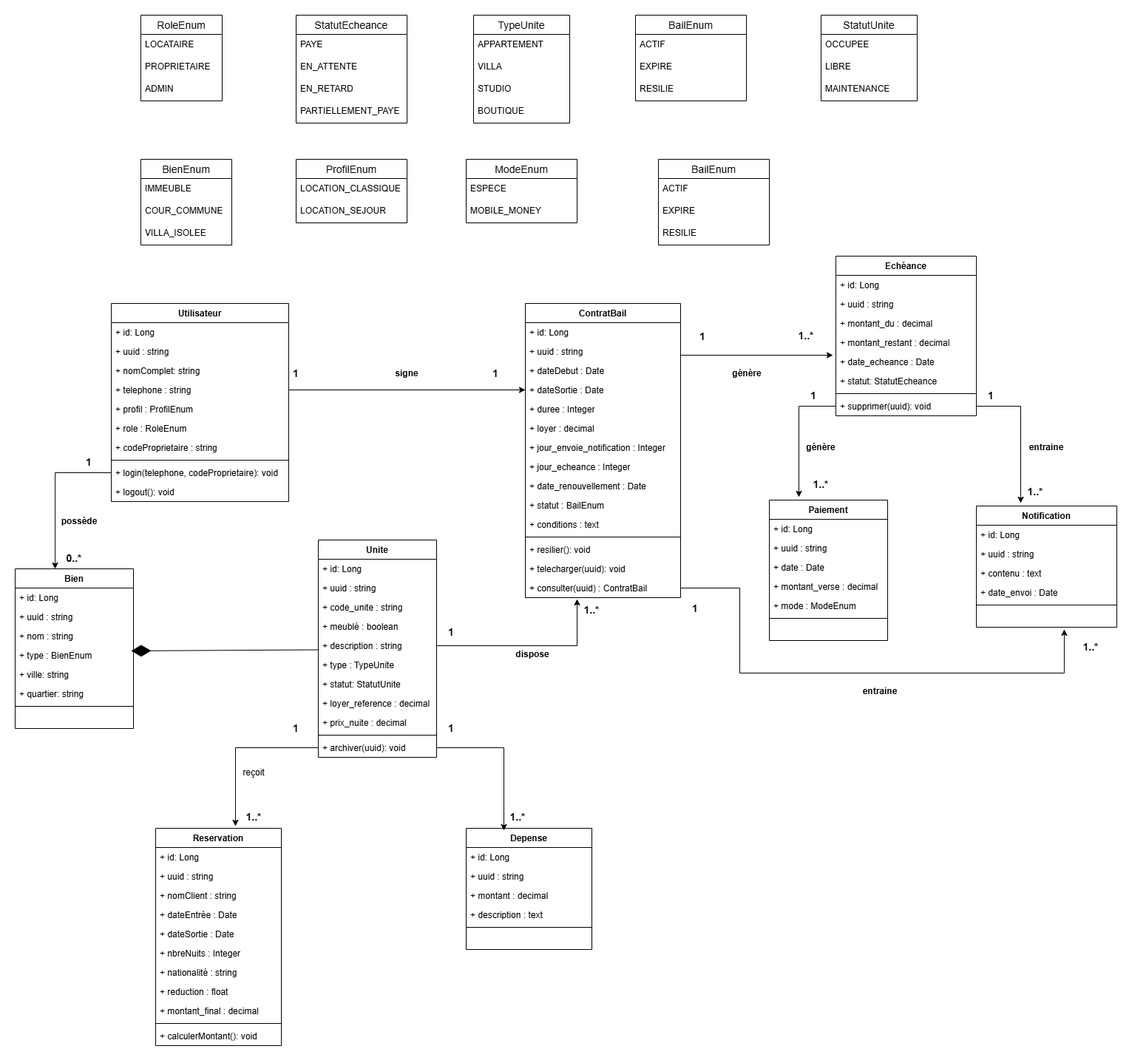
Earlier version of the draw.io export DIAGRAMME/classe.drawio.png (xavierGIT04/Soutenance). Source tidied: cells renumbered, new cells last; positions are measured from the earlier drawing's top-left corner, leaving out a move shared by most shapes.
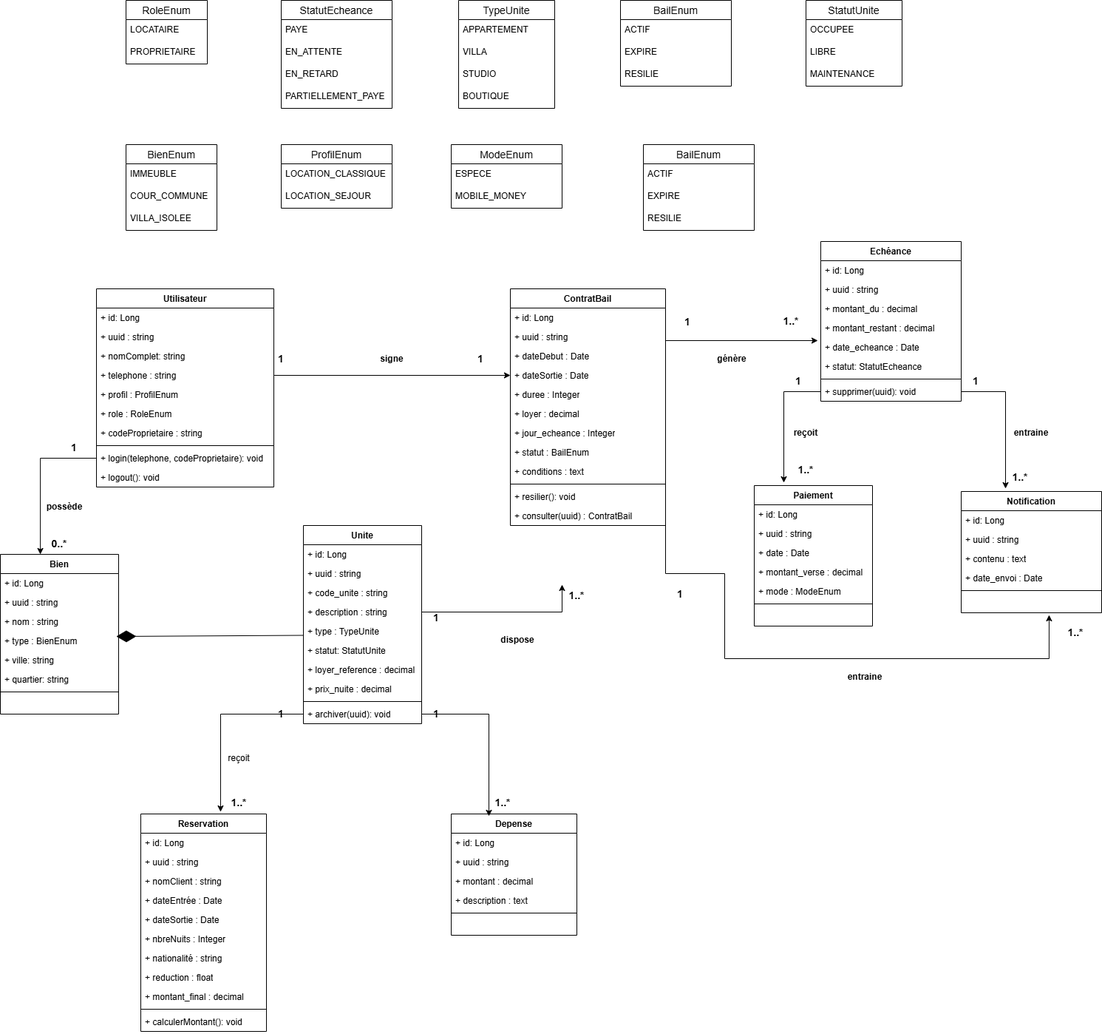
After the commit.

What changed in the source:
```diff
@@ -45,7 +45,7 @@
       <mxGeometry y="56" width="150" height="30" as="geometry" />
     </mxCell>
     <mxCell id="16" value="RoleEnum" style="swimlane;fontStyle=0;horizontal=1;startSize=26;align=center;fontSize=14;" parent="1" vertex="1">
-      <mxGeometry x="170" width="110" height="116" as="geometry" />
+      <mxGeometry x="170" width="110" height="86" as="geometry" />
     </mxCell>
     <mxCell id="17" value="LOCATAIRE" style="text;strokeColor=none;fillColor=none;spacingLeft=4;spacingRight=4;overflow=hidden;fontSize=12;whiteSpace=wrap;html=1;" parent="16" vertex="1">
       <mxGeometry y="26" width="110" height="30" as="geometry" />
@@ -53,9 +53,6 @@
     <mxCell id="18" value="PROPRIETAIRE" style="text;strokeColor=none;fillColor=none;spacingLeft=4;spacingRight=4;overflow=hidden;fontSize=12;whiteSpace=wrap;html=1;" parent="16" vertex="1">
       <mxGeometry y="56" width="110" height="30" as="geometry" />
     </mxCell>
-    <mxCell id="19" value="ADMIN" style="text;strokeColor=none;fillColor=none;spacingLeft=4;spacingRight=4;overflow=hidden;fontSize=12;whiteSpace=wrap;html=1;" parent="16" vertex="1">
-      <mxGeometry y="86" width="110" height="30" as="geometry" />
-    </mxCell>
     <mxCell id="20" value="Bien" style="swimlane;fontStyle=1;align=center;verticalAlign=top;horizontal=1;startSize=26;whiteSpace=wrap;html=1;" parent="1" vertex="1">
       <mxGeometry y="749" width="160" height="216" as="geometry" />
     </mxCell>
@@ -84,7 +81,7 @@
       <mxGeometry y="190" width="160" height="26" as="geometry" />
     </mxCell>
     <mxCell id="29" value="Unite" style="swimlane;fontStyle=1;align=center;verticalAlign=top;horizontal=1;startSize=26;whiteSpace=wrap;html=1;" parent="1" vertex="1">
-      <mxGeometry x="410" y="710" width="160" height="294" as="geometry" />
+      <mxGeometry x="410" y="710" width="160" height="268" as="geometry" />
     </mxCell>
     <mxCell id="30" value="+ id: Long" style="text;strokeColor=none;fillColor=none;align=left;verticalAlign=top;spacingLeft=4;spacingRight=4;overflow=hidden;whiteSpace=wrap;html=1;" parent="29" vertex="1">
       <mxGeometry y="26" width="160" height="26" as="geometry" />
@@ -95,34 +92,31 @@
     <mxCell id="32" value="+ code_unite : string" style="text;strokeColor=none;fillColor=none;align=left;verticalAlign=top;spacingLeft=4;spacingRight=4;overflow=hidden;whiteSpace=wrap;html=1;" parent="29" vertex="1">
       <mxGeometry y="78" width="160" height="26" as="geometry" />
     </mxCell>
-    <mxCell id="33" value="+ meublé : boolean" style="text;strokeColor=none;fillColor=none;align=left;verticalAlign=top;spacingLeft=4;spacingRight=4;overflow=hidden;whiteSpace=wrap;html=1;" parent="29" vertex="1">
-      <mxGeometry y="104" width="160" height="26" as="geometry" />
-    </mxCell>
     <mxCell id="34" style="edgeStyle=orthogonalEdgeStyle;rounded=0;jettySize=auto;html=1;exitX=1;exitY=0.5;exitDx=0;exitDy=0;" parent="29" edge="1" source="35">
       <mxGeometry relative="1" as="geometry">
         <mxPoint x="350" y="80" as="targetPoint" />
       </mxGeometry>
     </mxCell>
     <mxCell id="35" value="+ description : string" style="text;strokeColor=none;fillColor=none;align=left;verticalAlign=top;spacingLeft=4;spacingRight=4;overflow=hidden;points=[[0,0.5],[1,0.5]];portConstraint=eastwest;whiteSpace=wrap;html=1;" parent="29" vertex="1">
-      <mxGeometry y="130" width="160" height="26" as="geometry" />
+      <mxGeometry y="104" width="160" height="26" as="geometry" />
     </mxCell>
     <mxCell id="36" value="+ type : TypeUnite" style="text;strokeColor=none;fillColor=none;align=left;verticalAlign=top;spacingLeft=4;spacingRight=4;overflow=hidden;whiteSpace=wrap;html=1;" parent="29" vertex="1">
-      <mxGeometry y="156" width="160" height="26" as="geometry" />
+      <mxGeometry y="130" width="160" height="26" as="geometry" />
     </mxCell>
     <mxCell id="37" value="+ statut: StatutUnite" style="text;strokeColor=none;fillColor=none;align=left;verticalAlign=top;spacingLeft=4;spacingRight=4;overflow=hidden;whiteSpace=wrap;html=1;" parent="29" vertex="1">
-      <mxGeometry y="182" width="160" height="26" as="geometry" />
+      <mxGeometry y="156" width="160" height="26" as="geometry" />
     </mxCell>
     <mxCell id="38" value="+ loyer_reference : decimal" style="text;strokeColor=none;fillColor=none;align=left;verticalAlign=top;spacingLeft=4;spacingRight=4;overflow=hidden;whiteSpace=wrap;html=1;" parent="29" vertex="1">
-      <mxGeometry y="208" width="160" height="26" as="geometry" />
+      <mxGeometry y="182" width="160" height="26" as="geometry" />
     </mxCell>
     <mxCell id="39" value="+ prix_nuite : decimal" style="text;strokeColor=none;fillColor=none;align=left;verticalAlign=top;spacingLeft=4;spacingRight=4;overflow=hidden;whiteSpace=wrap;html=1;" parent="29" vertex="1">
-      <mxGeometry y="234" width="160" height="26" as="geometry" />
+      <mxGeometry y="208" width="160" height="26" as="geometry" />
     </mxCell>
     <mxCell id="40" style="line;strokeWidth=1;fillColor=none;align=left;verticalAlign=middle;spacingTop=-1;spacingLeft=3;spacingRight=3;labelPosition=right;strokeColor=inherit;" parent="29" vertex="1">
-      <mxGeometry y="260" width="160" height="8" as="geometry" />
+      <mxGeometry y="234" width="160" height="8" as="geometry" />
     </mxCell>
     <mxCell id="41" value="+ archiver(uuid): void" style="text;strokeColor=none;fillColor=none;align=left;verticalAlign=top;spacingLeft=4;spacingRight=4;overflow=hidden;points=[[0,0.5],[1,0.5]];portConstraint=eastwest;whiteSpace=wrap;html=1;" parent="29" vertex="1">
-      <mxGeometry y="268" width="160" height="26" as="geometry" />
+      <mxGeometry y="242" width="160" height="26" as="geometry" />
     </mxCell>
     <mxCell id="42" value="BienEnum" style="swimlane;fontStyle=0;horizontal=1;startSize=26;align=center;fontSize=14;" parent="1" vertex="1">
       <mxGeometry x="170" y="195" width="123" height="116" as="geometry" />
@@ -164,7 +158,7 @@
       <mxGeometry y="86" width="130" height="30" as="geometry" />
     </mxCell>
     <mxCell id="55" value="ContratBail" style="swimlane;fontStyle=1;align=center;verticalAlign=top;horizontal=1;startSize=26;whiteSpace=wrap;html=1;" parent="1" vertex="1">
-      <mxGeometry x="690" y="390" width="210" height="398" as="geometry" />
+      <mxGeometry x="690" y="390" width="210" height="320" as="geometry" />
     </mxCell>
     <mxCell id="56" value="+ id: Long" style="text;strokeColor=none;fillColor=none;align=left;verticalAlign=top;spacingLeft=4;spacingRight=4;overflow=hidden;whiteSpace=wrap;html=1;" parent="55" vertex="1">
       <mxGeometry y="26" width="210" height="26" as="geometry" />
@@ -184,32 +178,23 @@
     <mxCell id="61" value="+ loyer : decimal" style="text;strokeColor=none;fillColor=none;align=left;verticalAlign=top;spacingLeft=4;spacingRight=4;overflow=hidden;whiteSpace=wrap;html=1;" parent="55" vertex="1">
       <mxGeometry y="156" width="210" height="26" as="geometry" />
     </mxCell>
-    <mxCell id="62" value="+ jour_envoie_notification : Integer" style="text;strokeColor=none;fillColor=none;align=left;verticalAlign=top;spacingLeft=4;spacingRight=4;overflow=hidden;whiteSpace=wrap;html=1;" parent="55" vertex="1">
-      <mxGeometry y="182" width="210" height="26" as="geometry" />
-    </mxCell>
     <mxCell id="63" value="+ jour_echeance : Integer" style="text;strokeColor=none;fillColor=none;align=left;verticalAlign=top;spacingLeft=4;spacingRight=4;overflow=hidden;whiteSpace=wrap;html=1;" parent="55" vertex="1">
-      <mxGeometry y="208" width="210" height="26" as="geometry" />
+      <mxGeometry y="182" width="210" height="26" as="geometry" />
     </mxCell>
-    <mxCell id="64" value="+ date_renouvellement : Date" style="text;strokeColor=none;fillColor=none;align=left;verticalAlign=top;spacingLeft=4;spacingRight=4;overflow=hidden;whiteSpace=wrap;html=1;" parent="55" vertex="1">
-      <mxGeometry y="234" width="210" height="26" as="geometry" />
-    </mxCell>
     <mxCell id="65" value="+ statut : BailEnum" style="text;strokeColor=none;fillColor=none;align=left;verticalAlign=top;spacingLeft=4;spacingRight=4;overflow=hidden;whiteSpace=wrap;html=1;" parent="55" vertex="1">
-      <mxGeometry y="260" width="210" height="26" as="geometry" />
+      <mxGeometry y="208" width="210" height="26" as="geometry" />
     </mxCell>
     <mxCell id="66" value="+ conditions : text" style="text;strokeColor=none;fillColor=none;align=left;verticalAlign=top;spacingLeft=4;spacingRight=4;overflow=hidden;whiteSpace=wrap;html=1;" parent="55" vertex="1">
-      <mxGeometry y="286" width="210" height="26" as="geometry" />
+      <mxGeometry y="234" width="210" height="26" as="geometry" />
     </mxCell>
     <mxCell id="67" style="line;strokeWidth=1;fillColor=none;align=left;verticalAlign=middle;spacingTop=-1;spacingLeft=3;spacingRight=3;labelPosition=right;strokeColor=inherit;" parent="55" vertex="1">
-      <mxGeometry y="312" width="210" height="8" as="geometry" />
+      <mxGeometry y="260" width="210" height="8" as="geometry" />
     </mxCell>
     <mxCell id="68" value="+ resilier(): void" style="text;strokeColor=none;fillColor=none;align=left;verticalAlign=top;spacingLeft=4;spacingRight=4;overflow=hidden;whiteSpace=wrap;html=1;" parent="55" vertex="1">
-      <mxGeometry y="320" width="210" height="26" as="geometry" />
+      <mxGeometry y="268" width="210" height="26" as="geometry" />
     </mxCell>
-    <mxCell id="69" value="+ telecharger(uuid): void" style="text;strokeColor=none;fillColor=none;align=left;verticalAlign=top;spacingLeft=4;spacingRight=4;overflow=hidden;whiteSpace=wrap;html=1;" parent="55" vertex="1">
-      <mxGeometry y="346" width="210" height="26" as="geometry" />
-    </mxCell>
     <mxCell id="70" value="+ consulter(uuid) : ContratBail" style="text;strokeColor=none;fillColor=none;align=left;verticalAlign=top;spacingLeft=4;spacingRight=4;overflow=hidden;points=[[0,0.5],[1,0.5]];portConstraint=eastwest;whiteSpace=wrap;html=1;" parent="55" vertex="1">
-      <mxGeometry y="372" width="210" height="26" as="geometry" />
+      <mxGeometry y="294" width="210" height="26" as="geometry" />
     </mxCell>
     <mxCell id="71" value="BailEnum" style="swimlane;fontStyle=0;horizontal=1;startSize=26;align=center;fontSize=14;" parent="1" vertex="1">
       <mxGeometry x="839" width="150" height="116" as="geometry" />
@@ -373,7 +358,7 @@
         <mxPoint x="1060" y="652" as="targetPoint" />
       </mxGeometry>
     </mxCell>
-    <mxCell id="122" value="&lt;b&gt;génère&lt;/b&gt;" style="text;html=1;whiteSpace=wrap;strokeColor=none;fillColor=none;align=center;verticalAlign=middle;rounded=0;" parent="1" vertex="1">
+    <mxCell id="122" value="&lt;b&gt;reçoit&lt;/b&gt;" style="text;html=1;whiteSpace=wrap;strokeColor=none;fillColor=none;align=center;verticalAlign=middle;rounded=0;" parent="1" vertex="1">
       <mxGeometry x="1060" y="570" width="60" height="30" as="geometry" />
     </mxCell>
     <mxCell id="123" value="&lt;b&gt;&lt;font style=&quot;font-size: 14px;&quot;&gt;1..*&lt;/font&gt;&lt;/b&gt;" style="text;html=1;whiteSpace=wrap;strokeColor=none;fillColor=none;align=center;verticalAlign=middle;rounded=0;" parent="1" vertex="1">
```
